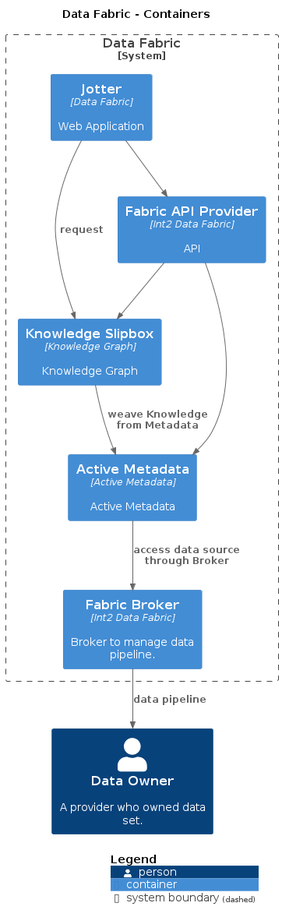
Above: master/png/Containers.png in IntellectusCorp/data-fabric-docs (PlantUML), before the change.
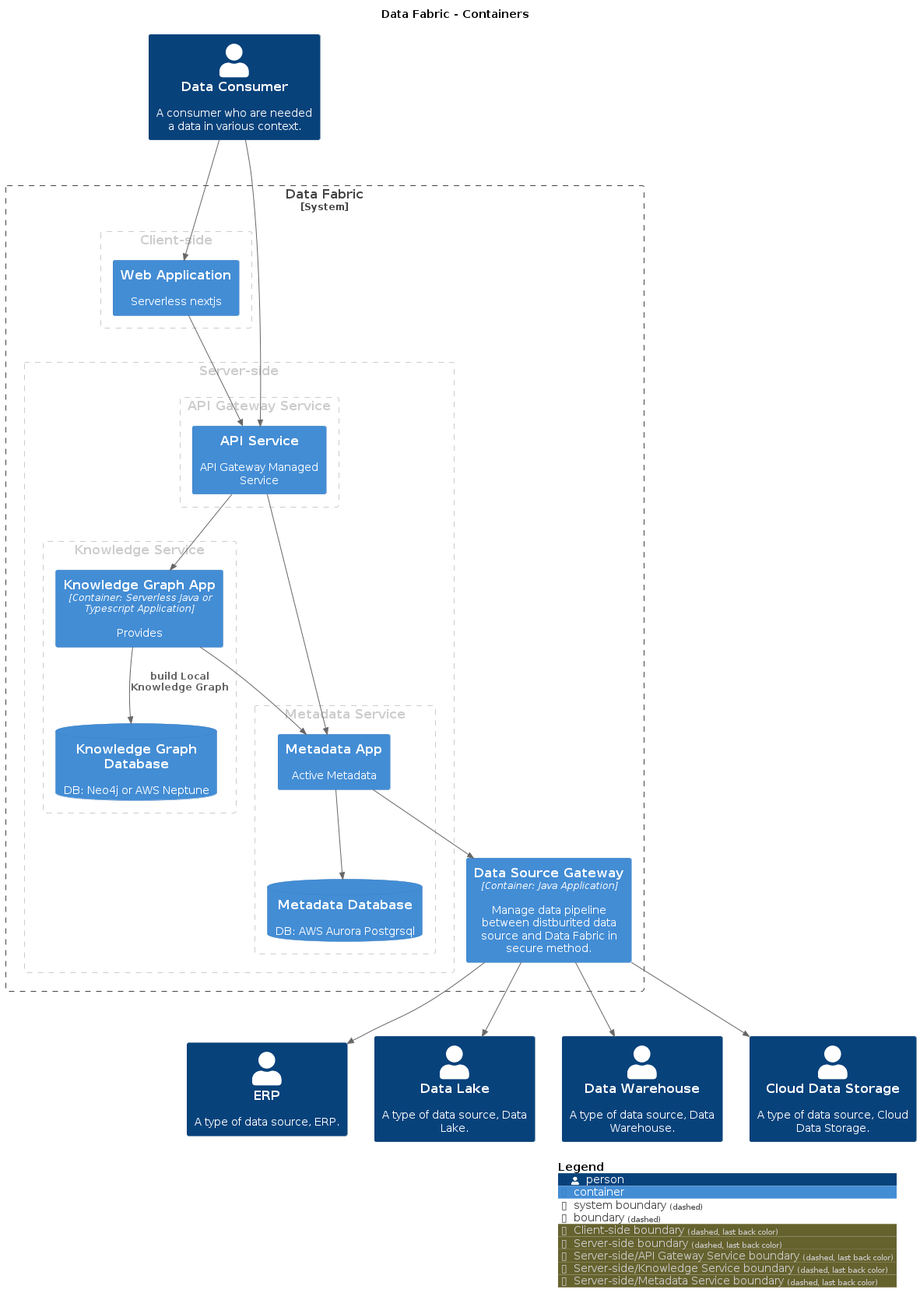
After the commit.

What changed in the source:
```diff
@@ -8,23 +8,55 @@
 !include <C4/C4_Context>
 !include <C4/C4_Container>
 
-Person(DataOwner, "Data Owner", $descr="A provider who owned data set.", $tags="", $link="")
+Person(DataConsumer, "Data Consumer", $descr="A consumer who are needed a data in various context.", $tags="", $link="")
+Person(ERP, "ERP", $descr="A type of data source, ERP.", $tags="", $link="")
+Person(DataLake, "Data Lake", $descr="A type of data source, Data Lake.", $tags="", $link="")
+Person(DataWarehouse, "Data Warehouse", $descr="A type of data source, Data Warehouse.", $tags="", $link="")
+Person(CloudDataStorage, "Cloud Data Storage", $descr="A type of data source, Cloud Data Storage.", $tags="", $link="")
 
 System_Boundary("DataFabric_boundary", "Data Fabric", $tags="") {
-  Container(DataFabric.Jotter, "Jotter", $techn="Data Fabric", $descr="Web Application", $tags="", $link="")
-  Container(DataFabric.KnowledgeSlipbox, "Knowledge Slipbox", $techn="Knowledge Graph", $descr="Knowledge Graph", $tags="", $link="")
-  Container(DataFabric.ActiveMetadata, "Active Metadata", $techn="Active Metadata", $descr="Active Metadata", $tags="", $link="")
-  Container(DataFabric.FabricBroker, "Fabric Broker", $techn="Int2 Data Fabric", $descr="Broker to manage data pipeline.", $tags="", $link="")
-  Container(DataFabric.FabricAPIProvider, "Fabric API Provider", $techn="Int2 Data Fabric", $descr="API", $tags="", $link="")
+  AddBoundaryTag("Client-side", $borderColor="#cccccc", $fontColor="#cccccc")
+  Boundary(group_1, "Client-side", $tags="Client-side") {
+    Container(DataFabric.WebApplication, "Web Application", $techn="", $descr="Serverless nextjs", $tags="", $link="")
+  }
+
+  AddBoundaryTag("Server-side", $borderColor="#cccccc", $fontColor="#cccccc")
+  Boundary(group_2, "Server-side", $tags="Server-side") {
+      AddBoundaryTag("Server-side/API Gateway Service", $borderColor="#cccccc", $fontColor="#cccccc")
+      Boundary(group_3, "API Gateway Service", $tags="Server-side/API Gateway Service") {
+        Container(DataFabric.APIService, "API Service", $techn="", $descr="API Gateway Managed Service", $tags="", $link="")
+      }
+
+      AddBoundaryTag("Server-side/Knowledge Service", $borderColor="#cccccc", $fontColor="#cccccc")
+      Boundary(group_4, "Knowledge Service", $tags="Server-side/Knowledge Service") {
+        ContainerDb(DataFabric.KnowledgeGraphDatabase, "Knowledge Graph Database", $techn="", $descr="DB: Neo4j or AWS Neptune", $tags="", $link="")
+        Container(DataFabric.KnowledgeGraphApp, "Knowledge Graph App", $techn="Container: Serverless Java or Typescript Application", $descr="Provides", $tags="", $link="")
+      }
+
+      AddBoundaryTag("Server-side/Metadata Service", $borderColor="#cccccc", $fontColor="#cccccc")
+      Boundary(group_5, "Metadata Service", $tags="Server-side/Metadata Service") {
+        Container(DataFabric.MetadataApp, "Metadata App", $techn="", $descr="Active Metadata", $tags="", $link="")
+        ContainerDb(DataFabric.MetadataDatabase, "Metadata Database", $techn="", $descr="DB: AWS Aurora Postgrsql", $tags="", $link="")
+      }
+
+  }
+
+  Container(DataFabric.DataSourceGateway, "Data Source Gateway", $techn="Container: Java Application", $descr="Manage data pipeline between distburited data source and Data Fabric in secure method.", $tags="", $link="")
 }
 
-Rel_D(DataFabric.KnowledgeSlipbox, DataFabric.ActiveMetadata, "weave Knowledge from Metadata", $techn="", $tags="", $link="")
-Rel_D(DataFabric.FabricBroker, DataOwner, "data pipeline", $techn="", $tags="", $link="")
-Rel_D(DataFabric.ActiveMetadata, DataFabric.FabricBroker, "access data source through Broker", $techn="", $tags="", $link="")
-Rel_D(DataFabric.FabricAPIProvider, DataFabric.KnowledgeSlipbox, "", $techn="", $tags="", $link="")
-Rel_D(DataFabric.FabricAPIProvider, DataFabric.ActiveMetadata, "", $techn="", $tags="", $link="")
-Rel_D(DataFabric.Jotter, DataFabric.KnowledgeSlipbox, "request", $techn="", $tags="", $link="")
-Rel_D(DataFabric.Jotter, DataFabric.FabricAPIProvider, "", $techn="", $tags="", $link="")
+Rel_D(DataConsumer, DataFabric.APIService, "", $techn="", $tags="", $link="")
+Rel_D(DataConsumer, DataFabric.WebApplication, "", $techn="", $tags="", $link="")
+Rel_D(DataFabric.KnowledgeGraphApp, DataFabric.KnowledgeGraphDatabase, "build Local Knowledge Graph", $techn="", $tags="", $link="")
+Rel_D(DataFabric.KnowledgeGraphApp, DataFabric.MetadataApp, "", $techn="", $tags="", $link="")
+Rel_D(DataFabric.DataSourceGateway, ERP, "", $techn="", $tags="", $link="")
+Rel_D(DataFabric.DataSourceGateway, DataLake, "", $techn="", $tags="", $link="")
+Rel_D(DataFabric.DataSourceGateway, DataWarehouse, "", $techn="", $tags="", $link="")
+Rel_D(DataFabric.DataSourceGateway, CloudDataStorage, "", $techn="", $tags="", $link="")
+Rel_D(DataFabric.MetadataApp, DataFabric.DataSourceGateway, "", $techn="", $tags="", $link="")
+Rel_D(DataFabric.MetadataApp, DataFabric.MetadataDatabase, "", $techn="", $tags="", $link="")
+Rel_D(DataFabric.APIService, DataFabric.KnowledgeGraphApp, "", $techn="", $tags="", $link="")
+Rel_D(DataFabric.APIService, DataFabric.MetadataApp, "", $techn="", $tags="", $link="")
+Rel_D(DataFabric.WebApplication, DataFabric.APIService, "", $techn="", $tags="", $link="")
 
 SHOW_LEGEND(true)
 @enduml
```
